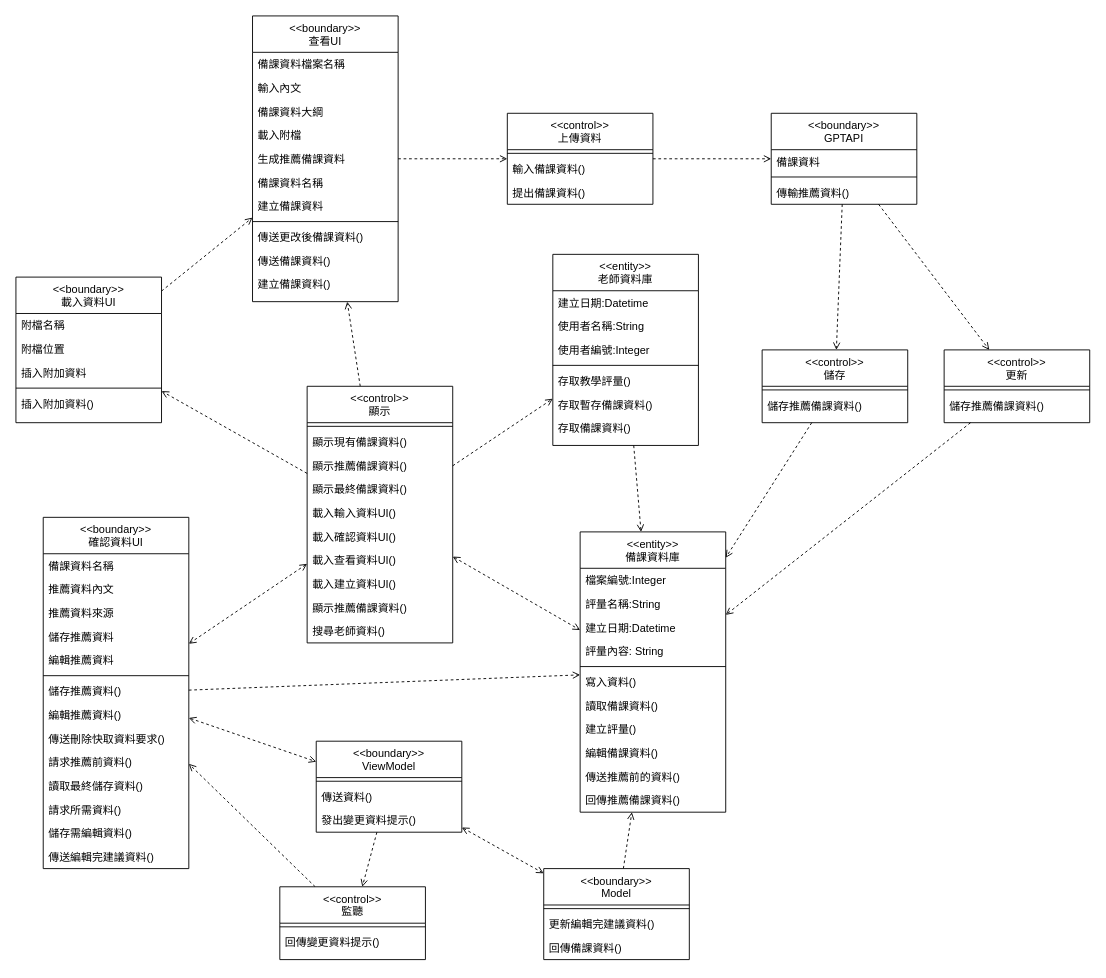
Kevincheng0804/System-analysis keeps this draw.io diagram as 類別圖(建立備課資料)修改.drawio. Above is the earlier version. Source tidied: cells renumbered, new cells numbered last; positions are measured from the earlier drawing's top-left corner, leaving out a move shared by most shapes. Both pictures are drawn from the tidied source at 91%, with x=0, y=0 at pixel (15, 15).
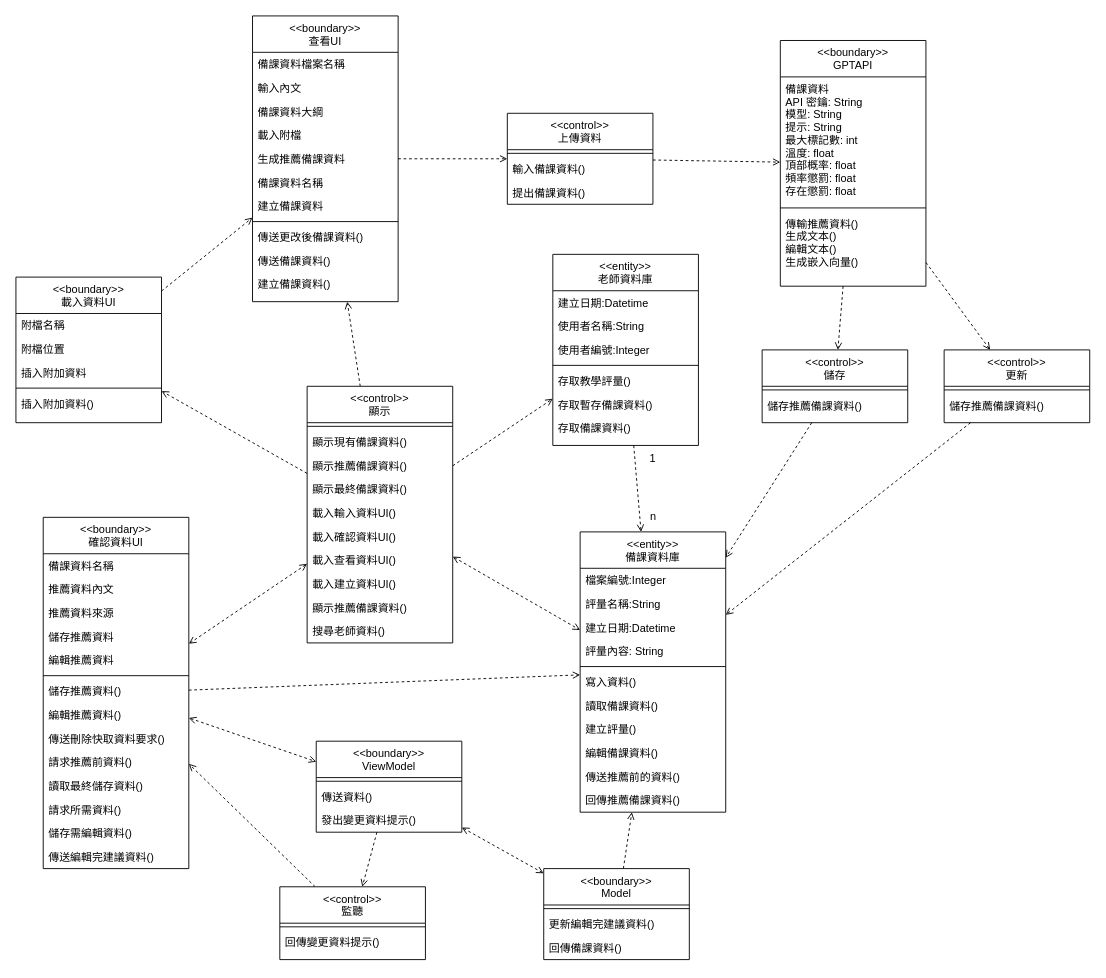
Above is the later version.

Commit message:
更新類別圖(建立備課資料)修改.drawio

Change to the diagram source:
```diff
@@
     <mxCell id="89" value="&lt;&lt;boundary&gt;&gt;&#10;GPTAPI" style="swimlane;fontStyle=0;align=center;verticalAlign=top;horizontal=1;startSize=40;rounded=0;shadow=0;strokeWidth=1;" parent="1" vertex="1">
-      <mxGeometry x="830" y="107" width="160" height="100" as="geometry" />
+      <mxGeometry x="840" y="27" width="160" height="270" as="geometry" />
     </mxCell>
-    <mxCell id="90" value="備課資料" style="text;align=left;verticalAlign=top;spacingLeft=4;spacingRight=4;overflow=hidden;rounded=0;shadow=0;html=0;" parent="89" vertex="1">
-      <mxGeometry y="40" width="160" height="26" as="geometry" />
+    <mxCell id="90" value="備課資料&#10;API 密鑰: String&#10;模型: String&#10;提示: String&#10;最大標記數: int&#10;溫度: float&#10;頂部概率: float&#10;頻率懲罰: float&#10;存在懲罰: float" style="text;align=left;verticalAlign=top;spacingLeft=4;spacingRight=4;overflow=hidden;rounded=0;shadow=0;html=0;" parent="89" vertex="1">
+      <mxGeometry y="40" width="160" height="140" as="geometry" />
     </mxCell>
     <mxCell id="91" style="line;html=1;strokeWidth=1;align=left;verticalAlign=middle;spacingTop=-1;spacingLeft=3;spacingRight=3;labelPosition=right;" parent="89" vertex="1">
-      <mxGeometry y="66" width="160" height="8" as="geometry" />
+      <mxGeometry y="180" width="160" height="8" as="geometry" />
     </mxCell>
-    <mxCell id="92" value="傳輸推薦資料()" style="text;align=left;verticalAlign=top;spacingLeft=4;spacingRight=4;overflow=hidden;" parent="89" vertex="1">
-      <mxGeometry y="74" width="160" height="26" as="geometry" />
+    <mxCell id="92" value="傳輸推薦資料()&#10;生成文本()&#10;編輯文本()&#10;生成嵌入向量()" style="text;align=left;verticalAlign=top;spacingLeft=4;spacingRight=4;overflow=hidden;" parent="89" vertex="1">
+      <mxGeometry y="188" width="160" height="82" as="geometry" />
     </mxCell>
@@
+    <mxCell id="110" value="1" style="text;html=1;align=center;verticalAlign=middle;whiteSpace=wrap;rounded=0;" parent="1" vertex="1">
+      <mxGeometry x="670" y="472" width="60" height="30" as="geometry" />
+    </mxCell>
+    <mxCell id="111" value="n" style="text;html=1;align=center;verticalAlign=middle;strokeColor=none;fillColor=none;" parent="1" vertex="1">
+      <mxGeometry x="685" y="535" width="30" height="30" as="geometry" />
+    </mxCell>
```
